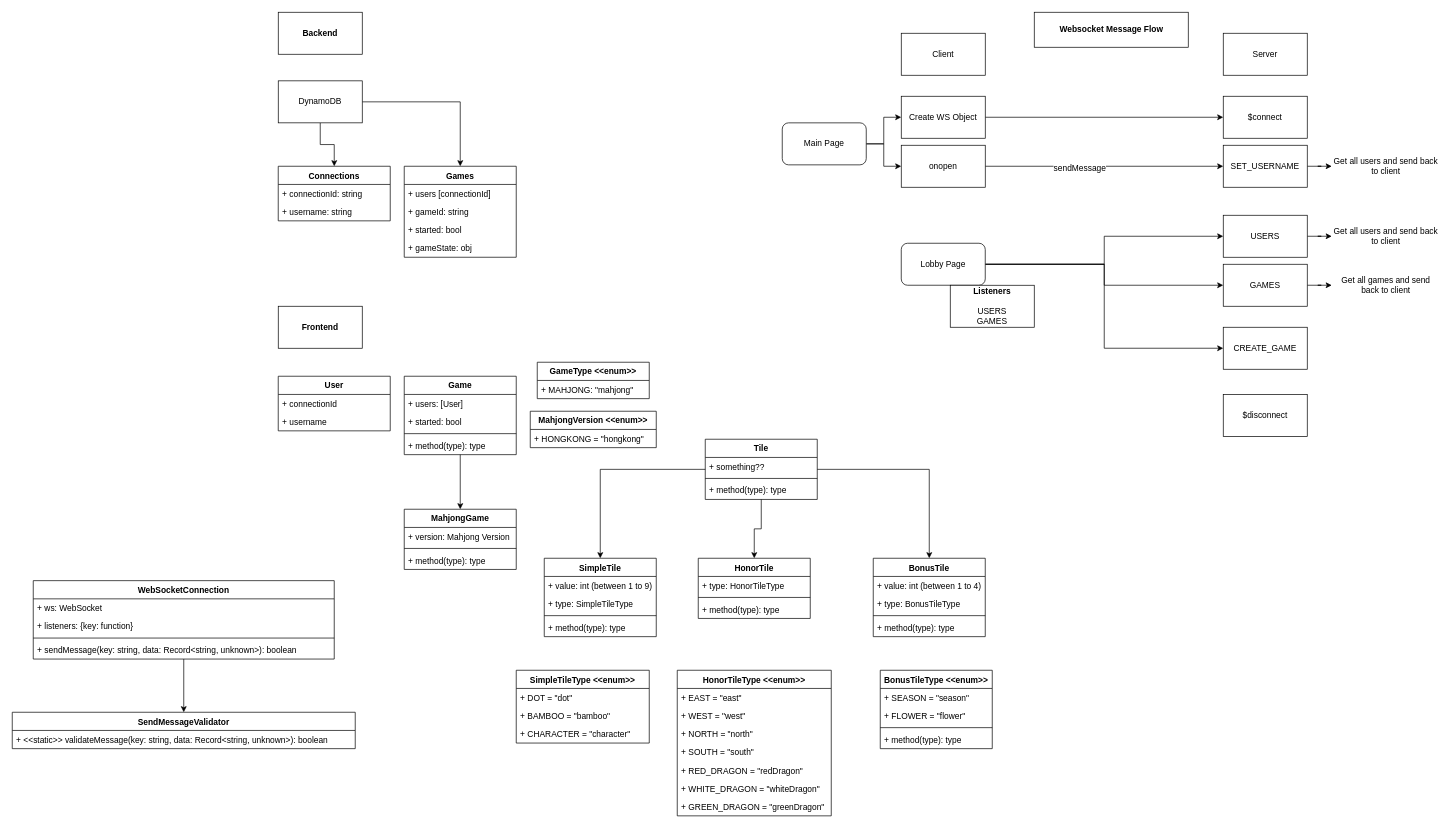
Earlier version of the draw.io diagram docs/Mahjong UML.drawio (GamblingKings/GamblingKingsFrontEnd). Source tidied: cells renumbered, new cells numbered last; positions are measured from the earlier drawing's top-left corner, leaving out a move shared by most shapes. Both pictures are drawn from the tidied source at 70%, with x=0, y=0 at pixel (12, 12).
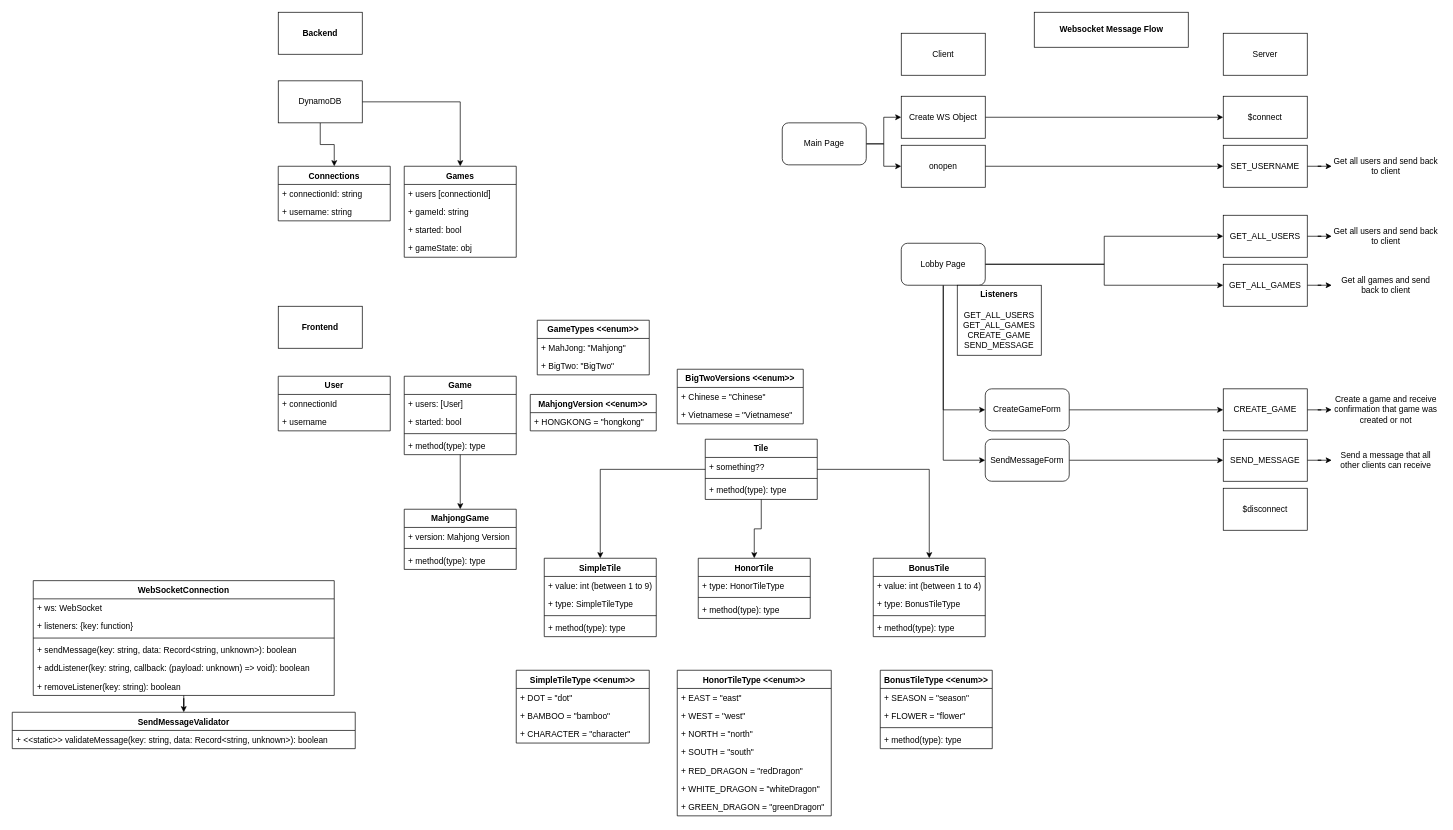
After the change.

Commit message (it also covers changes not shown here):
Update UML and return types of functions

The change refers to these unchanged cells:
```xml
<mxCell id="81" style="edgeStyle=orthogonalEdgeStyle;rounded=0;jettySize=auto;html=1;entryX=0;entryY=0.5;entryDx=0;entryDy=0;" parent="1" edge="1" source="83" target="92">
  <mxGeometry relative="1" as="geometry" />
</mxCell>
<mxCell id="96" value="Lobby Page" style="rounded=1;whiteSpace=wrap;html=1;" parent="1" vertex="1">
  <mxGeometry x="1270" y="330" width="120" height="60" as="geometry" />
</mxCell>
```

The edit, as a diff of the source:
```diff
@@
     <mxCell id="20" value="$disconnect" style="rounded=0;whiteSpace=wrap;html=1;" parent="1" vertex="1">
-      <mxGeometry x="1730" y="546" width="120" height="60" as="geometry" />
+      <mxGeometry x="1730" y="680" width="120" height="60" as="geometry" />
     </mxCell>
@@
-    <mxCell id="27" value="GameType &lt;&lt;enum&gt;&gt;" style="swimlane;fontStyle=1;align=center;verticalAlign=top;horizontal=1;startSize=26;" parent="1" vertex="1">
-      <mxGeometry x="750" y="500" width="160" height="52" as="geometry" />
+    <mxCell id="27" value="GameTypes &lt;&lt;enum&gt;&gt;" style="swimlane;fontStyle=1;align=center;verticalAlign=top;horizontal=1;startSize=26;" parent="1" vertex="1">
+      <mxGeometry x="750" y="440" width="160" height="78" as="geometry" />
     </mxCell>
-    <mxCell id="28" value="+ MAHJONG: &quot;mahjong&quot;" style="text;strokeColor=none;fillColor=none;align=left;verticalAlign=top;spacingLeft=4;spacingRight=4;overflow=hidden;" parent="27" vertex="1">
+    <mxCell id="28" value="+ MahJong: &quot;Mahjong&quot;" style="text;strokeColor=none;fillColor=none;align=left;verticalAlign=top;spacingLeft=4;spacingRight=4;overflow=hidden;" parent="27" vertex="1">
       <mxGeometry y="26" width="160" height="26" as="geometry" />
     </mxCell>
+    <mxCell id="106" value="+ BigTwo: &quot;BigTwo&quot;" style="text;strokeColor=none;fillColor=none;align=left;verticalAlign=top;spacingLeft=4;spacingRight=4;overflow=hidden;" parent="27" vertex="1">
+      <mxGeometry y="52" width="160" height="26" as="geometry" />
+    </mxCell>
     <mxCell id="29" value="MahjongVersion &lt;&lt;enum&gt;&gt;" style="swimlane;fontStyle=1;align=center;verticalAlign=top;horizontal=1;startSize=26;" parent="1" vertex="1">
-      <mxGeometry x="740" y="570" width="180" height="52" as="geometry" />
+      <mxGeometry x="740" y="546" width="180" height="52" as="geometry" />
     </mxCell>
@@
     <mxCell id="74" value="WebSocketConnection" style="swimlane;fontStyle=1;align=center;verticalAlign=top;horizontal=1;startSize=26;" parent="1" vertex="1">
-      <mxGeometry x="30" y="812" width="430" height="112" as="geometry" />
+      <mxGeometry x="30" y="812" width="430" height="164" as="geometry" />
     </mxCell>
@@
+    <mxCell id="107" value="+ addListener(key: string, callback: (payload: unknown) =&gt; void): boolean" style="text;strokeColor=none;fillColor=none;align=left;verticalAlign=top;spacingLeft=4;spacingRight=4;overflow=hidden;" parent="74" vertex="1">
+      <mxGeometry y="112" width="430" height="26" as="geometry" />
+    </mxCell>
+    <mxCell id="108" value="+ removeListener(key: string): boolean" style="text;strokeColor=none;fillColor=none;align=left;verticalAlign=top;spacingLeft=4;spacingRight=4;overflow=hidden;" parent="74" vertex="1">
+      <mxGeometry y="138" width="430" height="26" as="geometry" />
+    </mxCell>
@@
-    <mxCell id="82" value="sendMessage" style="text;html=1;align=center;verticalAlign=middle;labelBackgroundColor=#ffffff;" parent="81" vertex="1">
-      <mxGeometry x="-0.21" y="-2" relative="1" as="geometry" />
-    </mxCell>
@@
-    <mxCell id="95" style="edgeStyle=orthogonalEdgeStyle;rounded=0;jettySize=auto;html=1;" parent="1" edge="1" source="96" target="105">
-      <mxGeometry relative="1" as="geometry">
-        <Array as="points">
-          <mxPoint x="1560" y="360" />
-          <mxPoint x="1560" y="480" />
-        </Array>
-      </mxGeometry>
-    </mxCell>
+    <mxCell id="109" style="edgeStyle=orthogonalEdgeStyle;rounded=0;jettySize=auto;html=1;" parent="1" edge="1" source="96" target="116">
+      <mxGeometry relative="1" as="geometry">
+        <Array as="points">
+          <mxPoint x="1330" y="568" />
+        </Array>
+      </mxGeometry>
+    </mxCell>
+    <mxCell id="110" style="edgeStyle=orthogonalEdgeStyle;rounded=0;jettySize=auto;html=1;" parent="1" edge="1" source="96" target="119">
+      <mxGeometry relative="1" as="geometry">
+        <Array as="points">
+          <mxPoint x="1330" y="640" />
+        </Array>
+      </mxGeometry>
+    </mxCell>
@@
-    <mxCell id="97" value="&lt;b&gt;Listeners&lt;br&gt;&lt;/b&gt;&lt;br&gt;USERS&lt;br&gt;GAMES" style="rounded=0;whiteSpace=wrap;html=1;" parent="1" vertex="1">
-      <mxGeometry x="1340" y="390" width="120" height="60" as="geometry" />
+    <mxCell id="97" value="&lt;b&gt;Listeners&lt;br&gt;&lt;/b&gt;&lt;br&gt;GET_ALL_USERS&lt;br&gt;GET_ALL_GAMES&lt;br&gt;CREATE_GAME&lt;br&gt;SEND_MESSAGE" style="rounded=0;whiteSpace=wrap;html=1;" parent="1" vertex="1">
+      <mxGeometry x="1350" y="390" width="120" height="100" as="geometry" />
     </mxCell>
@@
-    <mxCell id="99" value="USERS" style="rounded=0;whiteSpace=wrap;html=1;" parent="1" vertex="1">
+    <mxCell id="99" value="GET_ALL_USERS" style="rounded=0;whiteSpace=wrap;html=1;" parent="1" vertex="1">
       <mxGeometry x="1730" y="290" width="120" height="60" as="geometry" />
     </mxCell>
@@
-    <mxCell id="101" value="GAMES" style="rounded=0;whiteSpace=wrap;html=1;" parent="1" vertex="1">
+    <mxCell id="101" value="GET_ALL_GAMES" style="rounded=0;whiteSpace=wrap;html=1;" parent="1" vertex="1">
       <mxGeometry x="1730" y="360" width="120" height="60" as="geometry" />
     </mxCell>
@@
+    <mxCell id="111" style="edgeStyle=orthogonalEdgeStyle;rounded=0;jettySize=auto;html=1;" parent="1" edge="1" source="105" target="117">
+      <mxGeometry relative="1" as="geometry" />
+    </mxCell>
     <mxCell id="105" value="CREATE_GAME" style="rounded=0;whiteSpace=wrap;html=1;" parent="1" vertex="1">
-      <mxGeometry x="1730" y="450" width="120" height="60" as="geometry" />
+      <mxGeometry x="1730" y="538" width="120" height="60" as="geometry" />
     </mxCell>
+    <mxCell id="112" value="BigTwoVersions &lt;&lt;enum&gt;&gt;" style="swimlane;fontStyle=1;align=center;verticalAlign=top;horizontal=1;startSize=26;" parent="1" vertex="1">
+      <mxGeometry x="950" y="510" width="180" height="78" as="geometry" />
+    </mxCell>
+    <mxCell id="113" value="+ Chinese = &quot;Chinese&quot;" style="text;strokeColor=none;fillColor=none;align=left;verticalAlign=top;spacingLeft=4;spacingRight=4;overflow=hidden;" parent="112" vertex="1">
+      <mxGeometry y="26" width="180" height="26" as="geometry" />
+    </mxCell>
+    <mxCell id="114" value="+ Vietnamese = &quot;Vietnamese&quot;" style="text;strokeColor=none;fillColor=none;align=left;verticalAlign=top;spacingLeft=4;spacingRight=4;overflow=hidden;" parent="112" vertex="1">
+      <mxGeometry y="52" width="180" height="26" as="geometry" />
+    </mxCell>
+    <mxCell id="115" style="edgeStyle=orthogonalEdgeStyle;rounded=0;jettySize=auto;html=1;" parent="1" edge="1" source="116" target="105">
+      <mxGeometry relative="1" as="geometry" />
+    </mxCell>
+    <mxCell id="116" value="CreateGameForm" style="rounded=1;whiteSpace=wrap;html=1;" parent="1" vertex="1">
+      <mxGeometry x="1390" y="538" width="120" height="60" as="geometry" />
+    </mxCell>
+    <mxCell id="117" value="Create a game and receive confirmation that game was created or not" style="text;html=1;strokeColor=none;fillColor=none;align=center;verticalAlign=middle;whiteSpace=wrap;rounded=0;" parent="1" vertex="1">
+      <mxGeometry x="1885" y="558" width="155" height="20" as="geometry" />
+    </mxCell>
+    <mxCell id="118" style="edgeStyle=orthogonalEdgeStyle;rounded=0;jettySize=auto;html=1;entryX=0;entryY=0.5;entryDx=0;entryDy=0;" parent="1" edge="1" source="119" target="121">
+      <mxGeometry relative="1" as="geometry" />
+    </mxCell>
+    <mxCell id="119" value="SendMessageForm" style="rounded=1;whiteSpace=wrap;html=1;" parent="1" vertex="1">
+      <mxGeometry x="1390" y="610" width="120" height="60" as="geometry" />
+    </mxCell>
+    <mxCell id="120" style="edgeStyle=orthogonalEdgeStyle;rounded=0;jettySize=auto;html=1;" parent="1" edge="1" source="121" target="122">
+      <mxGeometry relative="1" as="geometry" />
+    </mxCell>
+    <mxCell id="121" value="SEND_MESSAGE" style="rounded=0;whiteSpace=wrap;html=1;" parent="1" vertex="1">
+      <mxGeometry x="1730" y="610" width="120" height="60" as="geometry" />
+    </mxCell>
+    <mxCell id="122" value="Send a message that all other clients can receive" style="text;html=1;strokeColor=none;fillColor=none;align=center;verticalAlign=middle;whiteSpace=wrap;rounded=0;" parent="1" vertex="1">
+      <mxGeometry x="1885" y="630" width="155" height="20" as="geometry" />
+    </mxCell>
```
